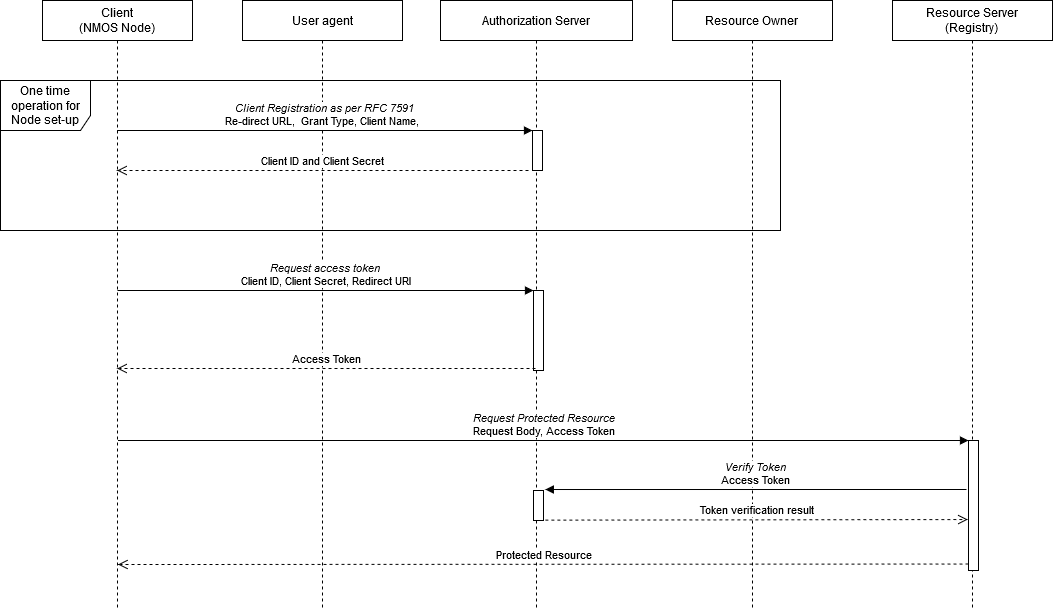
Before: docs/images/client_credentials_flow.png, a diagram exported from draw.io (AMWA-TV/is-10). Source tidied: cells renumbered, new cells last; positions are measured from the earlier drawing's top-left corner, leaving out a move shared by most shapes. Its diagram source:
```xml
<mxGraphModel>
  <root>
    <mxCell id="0" />
    <mxCell id="1" parent="0" />
    <mxCell id="2" value="Client &lt;br&gt;(NMOS Node)" style="shape=umlLifeline;perimeter=lifelinePerimeter;whiteSpace=wrap;html=1;outlineConnect=0;" parent="1" vertex="1">
      <mxGeometry x="42" width="150" height="610" as="geometry" />
    </mxCell>
    <mxCell id="3" value="User agent" style="shape=umlLifeline;perimeter=lifelinePerimeter;whiteSpace=wrap;html=1;" parent="1" vertex="1">
      <mxGeometry x="242" width="160" height="610" as="geometry" />
    </mxCell>
    <mxCell id="4" value="Authorization Server" style="shape=umlLifeline;perimeter=lifelinePerimeter;whiteSpace=wrap;html=1;" parent="1" vertex="1">
      <mxGeometry x="440" width="192" height="610" as="geometry" />
    </mxCell>
    <mxCell id="5" style="html=1;points=[];perimeter=orthogonalPerimeter;" parent="4" vertex="1">
      <mxGeometry x="92" y="130" width="10" height="40" as="geometry" />
    </mxCell>
    <mxCell id="6" value="One time operation for Node set-up" style="shape=umlFrame;whiteSpace=wrap;html=1;width=90;height=50;" parent="4" vertex="1">
      <mxGeometry x="-440" y="80" width="780" height="150" as="geometry" />
    </mxCell>
    <mxCell id="7" style="html=1;points=[];perimeter=orthogonalPerimeter;" parent="4" vertex="1">
      <mxGeometry x="93" y="290" width="10" height="80" as="geometry" />
    </mxCell>
    <mxCell id="8" style="html=1;points=[];perimeter=orthogonalPerimeter;" parent="4" vertex="1">
      <mxGeometry x="93" y="490" width="10" height="30" as="geometry" />
    </mxCell>
    <mxCell id="9" value="Resource Owner&lt;br&gt;" style="shape=umlLifeline;perimeter=lifelinePerimeter;whiteSpace=wrap;html=1;" parent="1" vertex="1">
      <mxGeometry x="672" width="160" height="610" as="geometry" />
    </mxCell>
    <mxCell id="10" value="Resource Server&lt;br&gt;(Registry)&lt;br&gt;" style="shape=umlLifeline;perimeter=lifelinePerimeter;whiteSpace=wrap;html=1;" parent="1" vertex="1">
      <mxGeometry x="892" width="160" height="610" as="geometry" />
    </mxCell>
    <mxCell id="11" style="html=1;points=[];perimeter=orthogonalPerimeter;" parent="10" vertex="1">
      <mxGeometry x="76" y="440" width="10" height="130" as="geometry" />
    </mxCell>
    <mxCell id="12" value="&lt;i&gt;Client Registration as per RFC 7591&lt;br&gt;&lt;/i&gt;Re-direct URL,&amp;nbsp; Grant Type, Client Name,&amp;nbsp;&amp;nbsp;" style="html=1;verticalAlign=bottom;endArrow=block;entryX=0;entryY=0;" parent="1" edge="1" source="2" target="5">
      <mxGeometry relative="1" as="geometry" />
    </mxCell>
    <mxCell id="13" value="Client ID and Client Secret" style="html=1;verticalAlign=bottom;endArrow=open;dashed=1;endSize=8;" parent="1" edge="1">
      <mxGeometry relative="1" as="geometry">
        <mxPoint x="528" y="170" as="sourcePoint" />
        <mxPoint x="116.7" y="170" as="targetPoint" />
      </mxGeometry>
    </mxCell>
    <mxCell id="14" value="Protected Resource" style="html=1;verticalAlign=bottom;endArrow=open;dashed=1;endSize=8;exitX=0;exitY=0.95;" parent="1" edge="1" source="11">
      <mxGeometry relative="1" as="geometry">
        <mxPoint x="117.5" y="564" as="targetPoint" />
      </mxGeometry>
    </mxCell>
    <mxCell id="15" value="&lt;i&gt;Request Protected Resource&lt;/i&gt;&lt;br&gt;Request Body, Access Token&lt;br&gt;" style="html=1;verticalAlign=bottom;endArrow=block;entryX=0;entryY=0;" parent="1" edge="1" target="11">
      <mxGeometry relative="1" as="geometry">
        <mxPoint x="117.5" y="440" as="sourcePoint" />
      </mxGeometry>
    </mxCell>
    <mxCell id="16" value="&lt;i&gt;Verify Token&lt;/i&gt;&lt;br&gt;Access Token&lt;br&gt;" style="html=1;verticalAlign=bottom;endArrow=block;entryX=1.181;entryY=-0.033;entryPerimeter=0;" parent="1" edge="1" target="8">
      <mxGeometry relative="1" as="geometry">
        <mxPoint x="966" y="489" as="sourcePoint" />
      </mxGeometry>
    </mxCell>
    <mxCell id="17" value="Token verification result" style="html=1;verticalAlign=bottom;endArrow=open;dashed=1;endSize=8;exitX=1.183;exitY=0.987;exitPerimeter=0;entryX=-0.072;entryY=0.608;entryPerimeter=0;" parent="1" edge="1" source="8" target="11">
      <mxGeometry relative="1" as="geometry" />
    </mxCell>
    <mxCell id="18" value="Access Token" style="html=1;verticalAlign=bottom;endArrow=open;dashed=1;endSize=8;exitX=0.2;exitY=0.975;exitDx=0;exitDy=0;exitPerimeter=0;" parent="1" edge="1" source="7" target="2">
      <mxGeometry relative="1" as="geometry" />
    </mxCell>
    <mxCell id="19" value="&lt;i&gt;Request access token&lt;/i&gt;&lt;br&gt;Client ID, Client Secret, Redirect URI&lt;br&gt;" style="html=1;verticalAlign=bottom;endArrow=block;entryX=0;entryY=0;" parent="1" edge="1" target="7">
      <mxGeometry relative="1" as="geometry">
        <mxPoint x="117" y="290" as="sourcePoint" />
      </mxGeometry>
    </mxCell>
  </root>
</mxGraphModel>
```
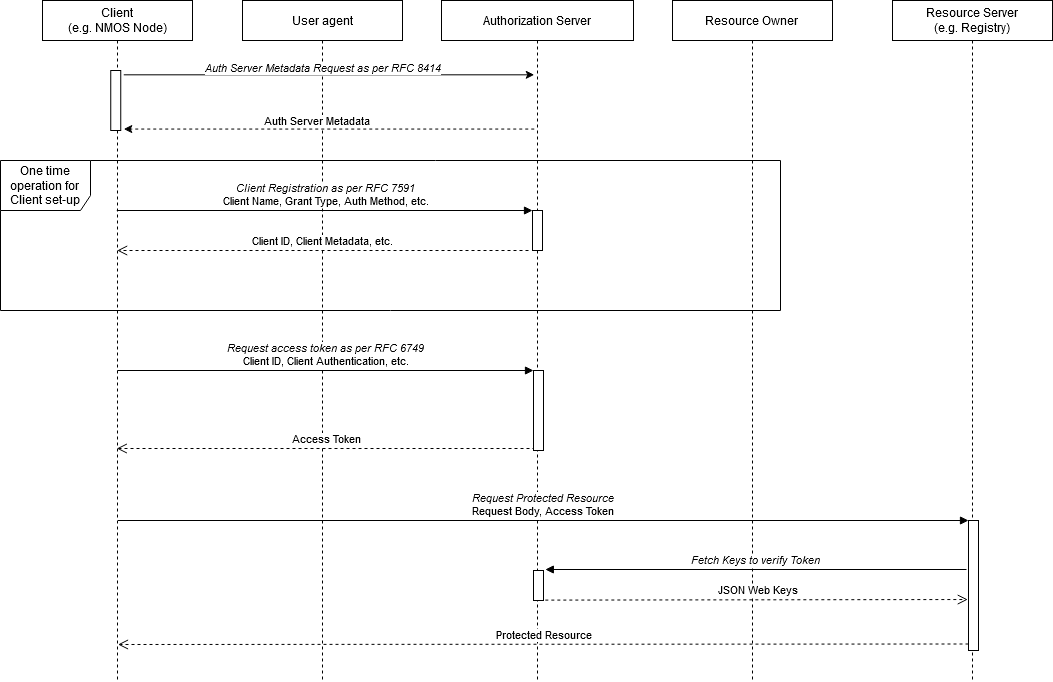
Later version of the same file.

Commit message:
update both grant flow digrams to be more generic

What changed in the source:
```diff
@@ -2,70 +2,93 @@
   <root>
     <mxCell id="0" />
     <mxCell id="1" parent="0" />
-    <mxCell id="2" value="Client &lt;br&gt;(NMOS Node)" style="shape=umlLifeline;perimeter=lifelinePerimeter;whiteSpace=wrap;html=1;outlineConnect=0;" parent="1" vertex="1">
-      <mxGeometry x="42" width="150" height="610" as="geometry" />
-    </mxCell>
+    <mxCell id="20" value="One time operation for Client set-up" style="shape=umlFrame;whiteSpace=wrap;html=1;width=90;height=50;" parent="1" vertex="1">
+      <mxGeometry y="160" width="780" height="150" as="geometry" />
+    </mxCell>
+    <mxCell id="21" value="Client &lt;br&gt;(e.g. NMOS Node)" style="shape=umlLifeline;perimeter=lifelinePerimeter;whiteSpace=wrap;html=1;outlineConnect=0;" parent="1" vertex="1">
+      <mxGeometry x="42" width="150" height="680" as="geometry" />
+    </mxCell>
     <mxCell id="3" value="User agent" style="shape=umlLifeline;perimeter=lifelinePerimeter;whiteSpace=wrap;html=1;" parent="1" vertex="1">
-      <mxGeometry x="242" width="160" height="610" as="geometry" />
+      <mxGeometry x="242" width="160" height="680" as="geometry" />
     </mxCell>
     <mxCell id="4" value="Authorization Server" style="shape=umlLifeline;perimeter=lifelinePerimeter;whiteSpace=wrap;html=1;" parent="1" vertex="1">
-      <mxGeometry x="440" width="192" height="610" as="geometry" />
+      <mxGeometry x="441" width="192" height="680" as="geometry" />
     </mxCell>
-    <mxCell id="5" style="html=1;points=[];perimeter=orthogonalPerimeter;" parent="4" vertex="1">
-      <mxGeometry x="92" y="130" width="10" height="40" as="geometry" />
-    </mxCell>
-    <mxCell id="6" value="One time operation for Node set-up" style="shape=umlFrame;whiteSpace=wrap;html=1;width=90;height=50;" parent="4" vertex="1">
-      <mxGeometry x="-440" y="80" width="780" height="150" as="geometry" />
-    </mxCell>
-    <mxCell id="7" style="html=1;points=[];perimeter=orthogonalPerimeter;" parent="4" vertex="1">
-      <mxGeometry x="93" y="290" width="10" height="80" as="geometry" />
-    </mxCell>
-    <mxCell id="8" style="html=1;points=[];perimeter=orthogonalPerimeter;" parent="4" vertex="1">
-      <mxGeometry x="93" y="490" width="10" height="30" as="geometry" />
-    </mxCell>
     <mxCell id="9" value="Resource Owner&lt;br&gt;" style="shape=umlLifeline;perimeter=lifelinePerimeter;whiteSpace=wrap;html=1;" parent="1" vertex="1">
-      <mxGeometry x="672" width="160" height="610" as="geometry" />
+      <mxGeometry x="672" width="160" height="680" as="geometry" />
     </mxCell>
-    <mxCell id="10" value="Resource Server&lt;br&gt;(Registry)&lt;br&gt;" style="shape=umlLifeline;perimeter=lifelinePerimeter;whiteSpace=wrap;html=1;" parent="1" vertex="1">
-      <mxGeometry x="892" width="160" height="610" as="geometry" />
-    </mxCell>
-    <mxCell id="11" style="html=1;points=[];perimeter=orthogonalPerimeter;" parent="10" vertex="1">
-      <mxGeometry x="76" y="440" width="10" height="130" as="geometry" />
-    </mxCell>
-    <mxCell id="12" value="&lt;i&gt;Client Registration as per RFC 7591&lt;br&gt;&lt;/i&gt;Re-direct URL,&amp;nbsp; Grant Type, Client Name,&amp;nbsp;&amp;nbsp;" style="html=1;verticalAlign=bottom;endArrow=block;entryX=0;entryY=0;" parent="1" edge="1" source="2" target="5">
-      <mxGeometry relative="1" as="geometry" />
-    </mxCell>
-    <mxCell id="13" value="Client ID and Client Secret" style="html=1;verticalAlign=bottom;endArrow=open;dashed=1;endSize=8;" parent="1" edge="1">
-      <mxGeometry relative="1" as="geometry">
-        <mxPoint x="528" y="170" as="sourcePoint" />
-        <mxPoint x="116.7" y="170" as="targetPoint" />
-      </mxGeometry>
-    </mxCell>
+    <mxCell id="22" value="Resource Server&lt;br&gt;(e.g. Registry)" style="shape=umlLifeline;perimeter=lifelinePerimeter;whiteSpace=wrap;html=1;" parent="1" vertex="1">
+      <mxGeometry x="892" width="160" height="680" as="geometry" />
+    </mxCell>
+    <mxCell id="23" value="&lt;i&gt;Client Registration as per RFC 7591&lt;br&gt;&lt;/i&gt;Client Name, Grant Type, Auth Method, etc." style="html=1;verticalAlign=bottom;endArrow=block;entryX=0;entryY=0;" parent="1" edge="1" source="21" target="28">
+      <mxGeometry relative="1" as="geometry" />
+    </mxCell>
+    <mxCell id="24" value="Client ID, Client Metadata, etc." style="html=1;verticalAlign=bottom;endArrow=open;dashed=1;endSize=8;" parent="1" edge="1">
+      <mxGeometry relative="1" as="geometry">
+        <mxPoint x="528" y="250" as="sourcePoint" />
+        <mxPoint x="116.7" y="250" as="targetPoint" />
+      </mxGeometry>
+    </mxCell>
-    <mxCell id="14" value="Protected Resource" style="html=1;verticalAlign=bottom;endArrow=open;dashed=1;endSize=8;exitX=0;exitY=0.95;" parent="1" edge="1" source="11">
+    <mxCell id="14" value="Protected Resource" style="html=1;verticalAlign=bottom;endArrow=open;dashed=1;endSize=8;exitX=0;exitY=0.95;" parent="1" edge="1" source="36">
       <mxGeometry relative="1" as="geometry">
-        <mxPoint x="117.5" y="564" as="targetPoint" />
+        <mxPoint x="117.5" y="644" as="targetPoint" />
       </mxGeometry>
     </mxCell>
-    <mxCell id="15" value="&lt;i&gt;Request Protected Resource&lt;/i&gt;&lt;br&gt;Request Body, Access Token&lt;br&gt;" style="html=1;verticalAlign=bottom;endArrow=block;entryX=0;entryY=0;" parent="1" edge="1" target="11">
+    <mxCell id="15" value="&lt;i&gt;Request Protected Resource&lt;/i&gt;&lt;br&gt;Request Body, Access Token&lt;br&gt;" style="html=1;verticalAlign=bottom;endArrow=block;entryX=0;entryY=0;" parent="1" edge="1" target="36">
       <mxGeometry relative="1" as="geometry">
-        <mxPoint x="117.5" y="440" as="sourcePoint" />
+        <mxPoint x="117.5" y="520" as="sourcePoint" />
       </mxGeometry>
     </mxCell>
-    <mxCell id="16" value="&lt;i&gt;Verify Token&lt;/i&gt;&lt;br&gt;Access Token&lt;br&gt;" style="html=1;verticalAlign=bottom;endArrow=block;entryX=1.181;entryY=-0.033;entryPerimeter=0;" parent="1" edge="1" target="8">
-      <mxGeometry relative="1" as="geometry">
-        <mxPoint x="966" y="489" as="sourcePoint" />
-      </mxGeometry>
-    </mxCell>
-    <mxCell id="17" value="Token verification result" style="html=1;verticalAlign=bottom;endArrow=open;dashed=1;endSize=8;exitX=1.183;exitY=0.987;exitPerimeter=0;entryX=-0.072;entryY=0.608;entryPerimeter=0;" parent="1" edge="1" source="8" target="11">
-      <mxGeometry relative="1" as="geometry" />
-    </mxCell>
+    <mxCell id="25" value="&lt;i&gt;Fetch Keys to verify Token&lt;/i&gt;" style="html=1;verticalAlign=bottom;endArrow=block;entryX=1.181;entryY=-0.033;entryPerimeter=0;" parent="1" edge="1" target="30">
+      <mxGeometry relative="1" as="geometry">
+        <mxPoint x="966" y="569" as="sourcePoint" />
+      </mxGeometry>
+    </mxCell>
+    <mxCell id="26" value="JSON Web Keys" style="html=1;verticalAlign=bottom;endArrow=open;dashed=1;endSize=8;exitX=1.183;exitY=0.987;exitPerimeter=0;entryX=-0.072;entryY=0.608;entryPerimeter=0;" parent="1" edge="1" source="30" target="36">
+      <mxGeometry relative="1" as="geometry" />
+    </mxCell>
-    <mxCell id="18" value="Access Token" style="html=1;verticalAlign=bottom;endArrow=open;dashed=1;endSize=8;exitX=0.2;exitY=0.975;exitDx=0;exitDy=0;exitPerimeter=0;" parent="1" edge="1" source="7" target="2">
+    <mxCell id="18" value="Access Token" style="html=1;verticalAlign=bottom;endArrow=open;dashed=1;endSize=8;exitX=0.2;exitY=0.975;exitDx=0;exitDy=0;exitPerimeter=0;" parent="1" edge="1" source="29" target="21">
       <mxGeometry relative="1" as="geometry" />
     </mxCell>
-    <mxCell id="19" value="&lt;i&gt;Request access token&lt;/i&gt;&lt;br&gt;Client ID, Client Secret, Redirect URI&lt;br&gt;" style="html=1;verticalAlign=bottom;endArrow=block;entryX=0;entryY=0;" parent="1" edge="1" target="7">
-      <mxGeometry relative="1" as="geometry">
-        <mxPoint x="117" y="290" as="sourcePoint" />
-      </mxGeometry>
-    </mxCell>
+    <mxCell id="27" value="&lt;i&gt;Request access token as per RFC 6749&lt;/i&gt;&lt;br&gt;Client ID, Client Authentication, etc." style="html=1;verticalAlign=bottom;endArrow=block;entryX=0;entryY=0;" parent="1" edge="1" target="29">
+      <mxGeometry relative="1" as="geometry">
+        <mxPoint x="117" y="370" as="sourcePoint" />
+      </mxGeometry>
+    </mxCell>
+    <mxCell id="28" style="html=1;points=[];perimeter=orthogonalPerimeter;" parent="1" vertex="1">
+      <mxGeometry x="532" y="210" width="10" height="40" as="geometry" />
+    </mxCell>
+    <mxCell id="29" style="html=1;points=[];perimeter=orthogonalPerimeter;" parent="1" vertex="1">
+      <mxGeometry x="533" y="370" width="10" height="80" as="geometry" />
+    </mxCell>
+    <mxCell id="30" style="html=1;points=[];perimeter=orthogonalPerimeter;" parent="1" vertex="1">
+      <mxGeometry x="533" y="570" width="10" height="30" as="geometry" />
+    </mxCell>
+    <mxCell id="31" style="html=1;points=[];perimeter=orthogonalPerimeter;" parent="1" vertex="1">
+      <mxGeometry x="110.2" y="70" width="10" height="60" as="geometry" />
+    </mxCell>
+    <mxCell id="32" style="endArrow=classic;html=1;exitX=1.3;exitY=0.072;exitDx=0;exitDy=0;exitPerimeter=0;" parent="1" edge="1" source="31">
+      <mxGeometry relative="1" as="geometry">
+        <mxPoint x="533.8" y="74.3" as="targetPoint" />
+      </mxGeometry>
+    </mxCell>
+    <mxCell id="33" value="&lt;i&gt;Auth Server Metadata Request as per RFC 8414&lt;/i&gt;" style="edgeLabel;html=1;align=center;verticalAlign=bottom;" parent="32" vertex="1">
+      <mxGeometry x="0.14" y="-1" relative="1" as="geometry">
+        <mxPoint x="-37.2" as="offset" />
+      </mxGeometry>
+    </mxCell>
+    <mxCell id="34" style="endArrow=classic;html=1;entryX=1.3;entryY=0.976;entryDx=0;entryDy=0;entryPerimeter=0;dashed=1;" parent="1" edge="1" target="31">
+      <mxGeometry relative="1" as="geometry">
+        <mxPoint x="533.8" y="128.6" as="sourcePoint" />
+      </mxGeometry>
+    </mxCell>
+    <mxCell id="35" value="Auth Server Metadata" style="edgeLabel;html=1;align=center;verticalAlign=bottom;" parent="34" vertex="1">
+      <mxGeometry x="0.16" relative="1" as="geometry">
+        <mxPoint x="19.7" as="offset" />
+      </mxGeometry>
+    </mxCell>
+    <mxCell id="36" style="html=1;points=[];perimeter=orthogonalPerimeter;" parent="1" vertex="1">
+      <mxGeometry x="968" y="520" width="10" height="130" as="geometry" />
+    </mxCell>
   </root>
 </mxGraphModel>
```
